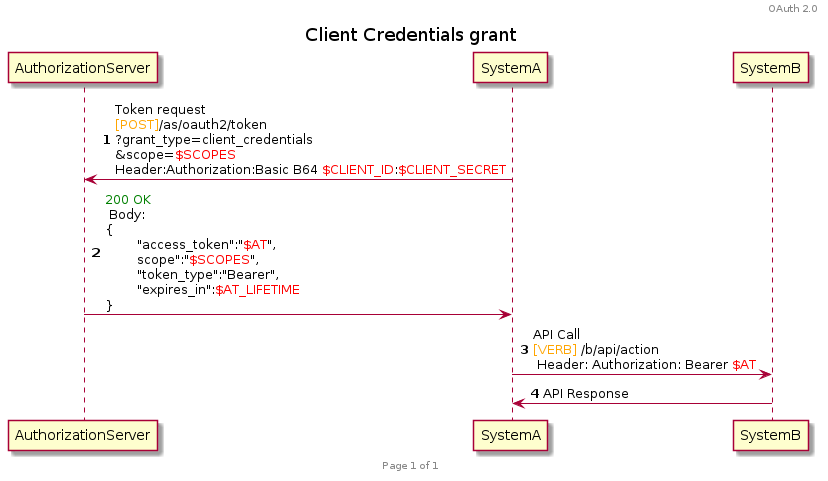
This is plantuml/oauth2/client_credentials.png from HenriLefevrePro/Articles, a PlantUML export, as it was before one commit.
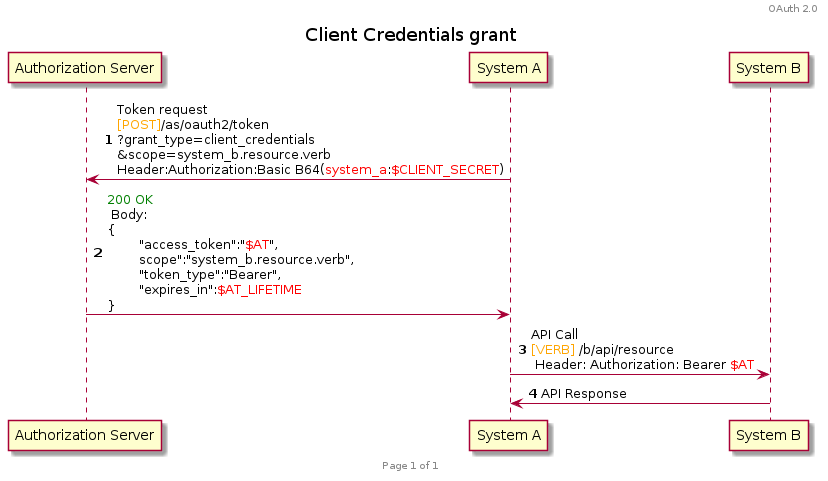
The same diagram one commit later.

Commit message:
[GitHub Actions] Generate PNG images for PlantUML diagrams

Diff of the diagram source:
```diff
@@ -6,13 +6,13 @@
 title Client Credentials grant
 autonumber
 
-participant AuthorizationServer
-participant SystemA
-participant SystemB
+participant Auth as "Authorization Server"
+participant A as "System A"
+participant B as "System B"
 
-SystemA -> AuthorizationServer : Token request\n<font color=orange>[POST]</font>/as/oauth2/token\n?grant_type=client_credentials\n&scope=<font color=red>$SCOPES</font>\nHeader:Authorization:Basic B64 <font color=red>$CLIENT_ID</font>:<font color=red>$CLIENT_SECRET</font>
-AuthorizationServer -> SystemA : <font color=green>200 OK</font> \n Body: \n{\n\t"access_token":"<font color=red>$AT</font>",\n\tscope":"<font color=red>$SCOPES</font>",\n\t"token_type":"Bearer",\n\t"expires_in":<font color=red>$AT_LIFETIME</font>\n}
+A -> Auth : Token request\n<font color=orange>[POST]</font>/as/oauth2/token\n?grant_type=client_credentials\n&scope=system_b.resource.verb\nHeader:Authorization:Basic B64(<font color=red>system_a</font>:<font color=red>$CLIENT_SECRET</font>)
+Auth -> A : <font color=green>200 OK</font> \n Body: \n{\n\t"access_token":"<font color=red>$AT</font>",\n\tscope":"system_b.resource.verb",\n\t"token_type":"Bearer",\n\t"expires_in":<font color=red>$AT_LIFETIME</font>\n}
 
-SystemA -> SystemB : API Call \n<font color=orange>[VERB]</font> /b/api/action\n Header: Authorization: Bearer <font color=red>$AT</font>
-SystemB -> SystemA : API Response
+A -> B : API Call \n<font color=orange>[VERB]</font> /b/api/resource\n Header: Authorization: Bearer <font color=red>$AT</font>
+B -> A : API Response
 @enduml
```
